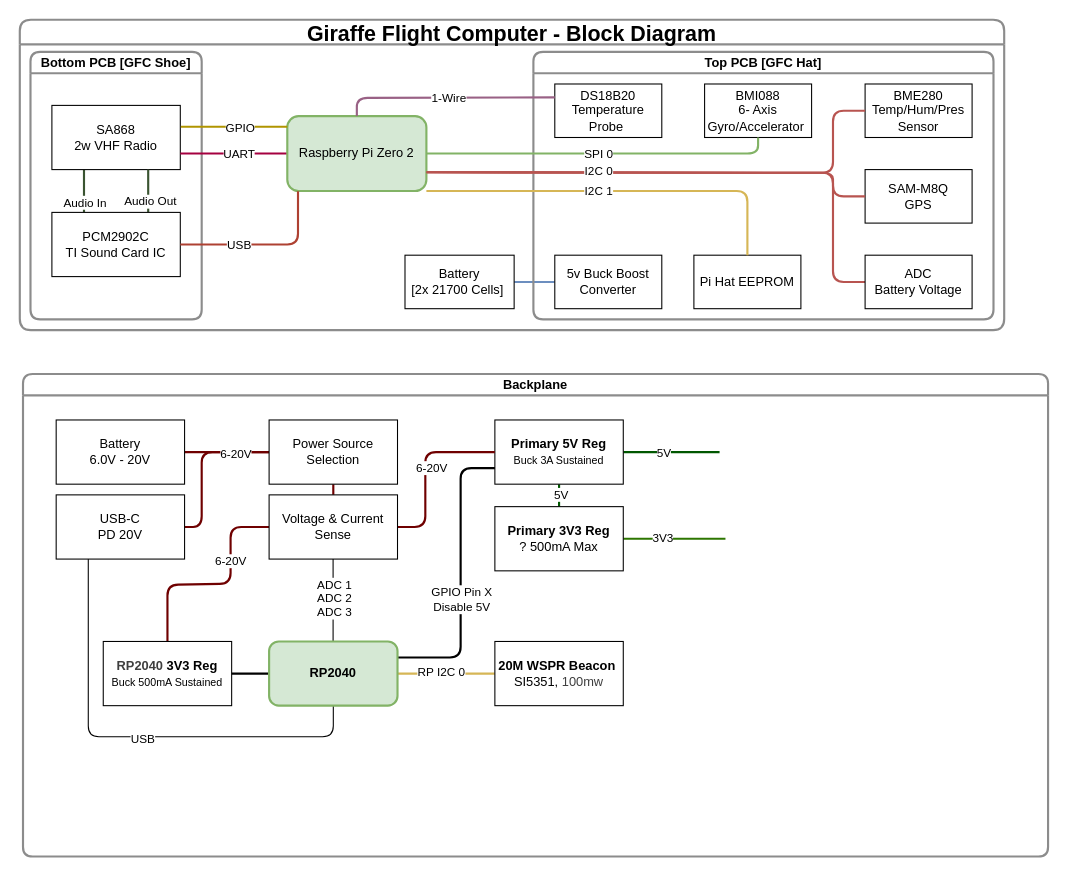
Earlier version of the draw.io diagram docs/hardware/hardware_block_diagram.drawio (joshua-jerred/Giraffe). Source tidied: cells renumbered, new cells numbered last; positions are measured from the earlier drawing's top-left corner, leaving out a move shared by most shapes. Both pictures are drawn from the tidied source at 107%, with x=0, y=0 at pixel (19, 19).
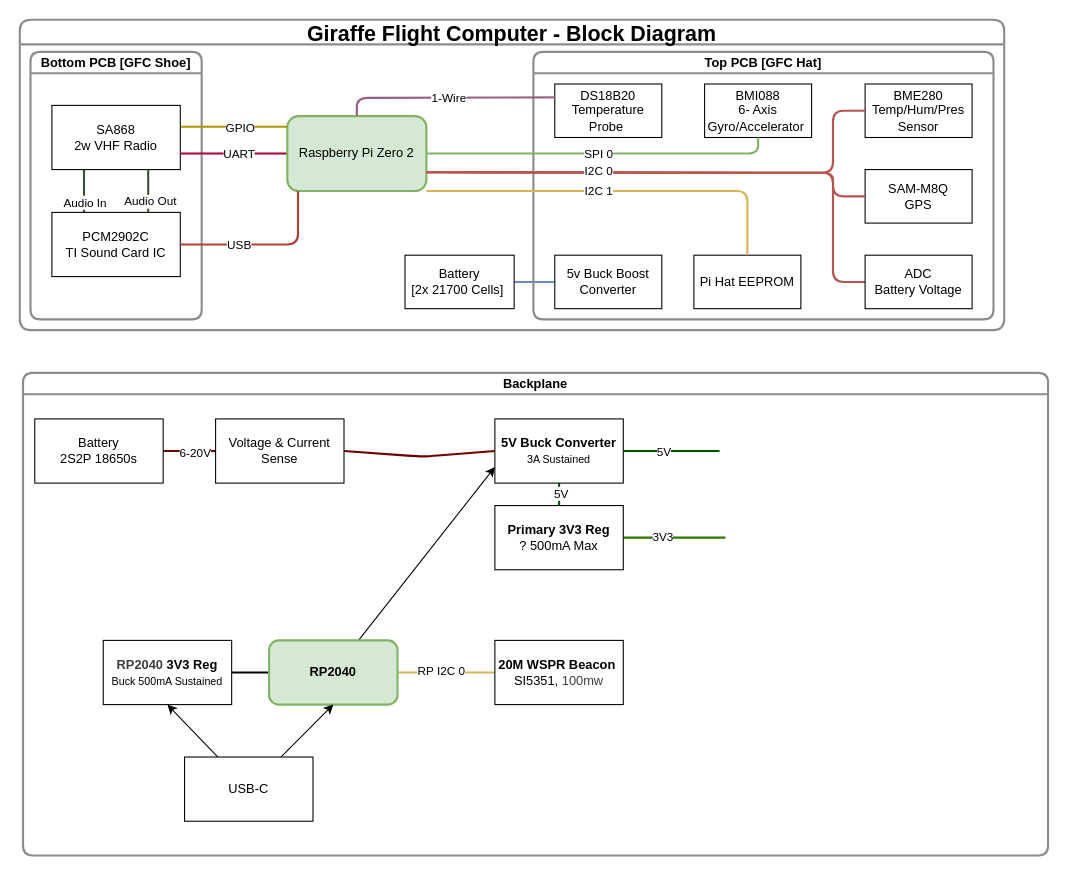
After the change.

Unchanged cells that the change refers to:
```xml
<mxCell id="60" value="&lt;div&gt;&lt;b style=&quot;background-color: transparent; color: rgb(63, 63, 63); scrollbar-color: light-dark(#e2e2e2, #4b4b4b)&lt;br/&gt;&#9;&#9;&#9;&#9;&#9;light-dark(#fbfbfb, var(--dark-panel-color));&quot;&gt;RP2040&amp;nbsp;&lt;/b&gt;&lt;b&gt;3V3 Reg&lt;/b&gt;&lt;/div&gt;&lt;div&gt;&lt;font style=&quot;font-size: 10px;&quot;&gt;Buck 500mA Sustained&lt;/font&gt;&lt;/div&gt;" style="whiteSpace=wrap;html=1;" parent="37" vertex="1">
  <mxGeometry x="75" y="250" width="120" height="60" as="geometry" />
</mxCell>
<mxCell id="68" value="&lt;div&gt;&lt;b&gt;RP2040&lt;/b&gt;&lt;/div&gt;" style="whiteSpace=wrap;html=1;fillColor=#d5e8d4;strokeColor=#82b366;strokeWidth=2;perimeterSpacing=0;rounded=1;glass=0;shadow=0;" parent="37" vertex="1">
  <mxGeometry x="230" y="250" width="120" height="60" as="geometry" />
</mxCell>
```

Change to the diagram source:
```diff
@@
     <mxCell id="37" value="Backplane" style="swimlane;rounded=1;shadow=0;glass=0;sketch=0;fontSize=12;strokeColor=#8C8C8C;strokeWidth=2;startSize=20;" parent="1" vertex="1">
-      <mxGeometry x="3" y="331" width="958" height="451" as="geometry" />
+      <mxGeometry x="3" y="330" width="958" height="451" as="geometry" />
     </mxCell>
@@
-    <mxCell id="42" value="&lt;div&gt;&lt;b&gt;Primary 5V Reg&lt;/b&gt;&lt;/div&gt;&lt;div&gt;&lt;span style=&quot;background-color: transparent;&quot;&gt;&lt;font style=&quot;font-size: 10px;&quot;&gt;Buck 3A Sustained&lt;/font&gt;&lt;/span&gt;&lt;/div&gt;" style="whiteSpace=wrap;html=1;" parent="37" vertex="1">
+    <mxCell id="42" value="&lt;div&gt;&lt;b&gt;5V Buck Converter&lt;/b&gt;&lt;/div&gt;&lt;div&gt;&lt;span style=&quot;background-color: transparent;&quot;&gt;&lt;font style=&quot;font-size: 10px;&quot;&gt;3A Sustained&lt;/font&gt;&lt;/span&gt;&lt;/div&gt;" style="whiteSpace=wrap;html=1;" parent="37" vertex="1">
       <mxGeometry x="441" y="43" width="120" height="60" as="geometry" />
     </mxCell>
-    <mxCell id="43" style="edgeStyle=none;html=1;exitX=1;exitY=0.5;exitDx=0;exitDy=0;entryX=0;entryY=0.5;entryDx=0;entryDy=0;endArrow=none;endFill=0;fillColor=#a20025;strokeColor=#6F0000;strokeWidth=2;" parent="37" edge="1" source="46" target="51">
-      <mxGeometry relative="1" as="geometry">
-        <Array as="points">
-          <mxPoint x="167" y="143" />
-          <mxPoint x="167" y="73" />
-        </Array>
-      </mxGeometry>
-    </mxCell>
-    <mxCell id="44" style="edgeStyle=none;html=1;entryX=0.5;entryY=1;entryDx=0;entryDy=0;exitX=0.25;exitY=1;exitDx=0;exitDy=0;endArrow=none;endFill=0;" parent="37" edge="1" source="46" target="68">
-      <mxGeometry relative="1" as="geometry">
-        <Array as="points">
-          <mxPoint x="61" y="339" />
-          <mxPoint x="290" y="339" />
-        </Array>
-      </mxGeometry>
-    </mxCell>
-    <mxCell id="45" value="USB" style="edgeLabel;html=1;align=center;verticalAlign=middle;" parent="44" vertex="1">
-      <mxGeometry x="0.02" y="-1" relative="1" as="geometry" />
-    </mxCell>
-    <mxCell id="46" value="USB-C&lt;div&gt;PD 20V&lt;/div&gt;" style="whiteSpace=wrap;html=1;" parent="37" vertex="1">
-      <mxGeometry x="31" y="113" width="120" height="60" as="geometry" />
-    </mxCell>
-    <mxCell id="47" style="edgeStyle=none;html=1;exitX=1;exitY=0.5;exitDx=0;exitDy=0;entryX=0;entryY=0.5;entryDx=0;entryDy=0;endArrow=none;endFill=0;fillColor=#a20025;strokeColor=#6F0000;strokeWidth=2;" parent="37" edge="1" source="49" target="51">
+    <mxCell id="47" style="edgeStyle=none;html=1;exitX=1;exitY=0.5;exitDx=0;exitDy=0;entryX=0;entryY=0.5;entryDx=0;entryDy=0;endArrow=none;endFill=0;fillColor=#a20025;strokeColor=#6F0000;strokeWidth=2;" parent="37" edge="1" source="49" target="56">
       <mxGeometry relative="1" as="geometry" />
     </mxCell>
@@
-    <mxCell id="49" value="&lt;div&gt;Battery&lt;/div&gt;&lt;div&gt;6.0V - 20&lt;span style=&quot;background-color: transparent;&quot;&gt;V&lt;/span&gt;&lt;/div&gt;" style="whiteSpace=wrap;html=1;" parent="37" vertex="1">
-      <mxGeometry x="31" y="43" width="120" height="60" as="geometry" />
+    <mxCell id="49" value="Battery&lt;br&gt;2S2P 18650s" style="whiteSpace=wrap;html=1;" parent="37" vertex="1">
+      <mxGeometry x="11" y="43" width="120" height="60" as="geometry" />
     </mxCell>
-    <mxCell id="50" style="edgeStyle=none;html=1;exitX=0.5;exitY=1;exitDx=0;exitDy=0;entryX=0.5;entryY=0;entryDx=0;entryDy=0;endArrow=none;endFill=0;fillColor=#a20025;strokeColor=#6F0000;strokeWidth=2;" parent="37" edge="1" source="51" target="56">
-      <mxGeometry relative="1" as="geometry" />
-    </mxCell>
-    <mxCell id="51" value="Power Source Selection" style="whiteSpace=wrap;html=1;" parent="37" vertex="1">
-      <mxGeometry x="230" y="43" width="120" height="60" as="geometry" />
-    </mxCell>
     <mxCell id="52" style="edgeStyle=none;html=1;exitX=1;exitY=0.5;exitDx=0;exitDy=0;entryX=0;entryY=0.5;entryDx=0;entryDy=0;rounded=1;strokeColor=#6F0000;strokeWidth=2;align=center;verticalAlign=middle;fontFamily=Helvetica;fontSize=11;fontColor=default;labelBackgroundColor=default;endArrow=none;endFill=0;fillColor=#a20025;" parent="37" edge="1" source="56" target="42">
       <mxGeometry relative="1" as="geometry">
         <Array as="points">
-          <mxPoint x="376" y="143" />
-          <mxPoint x="376" y="109" />
-          <mxPoint x="376" y="73" />
+          <mxPoint x="369" y="78" />
+          <mxPoint x="378" y="78" />
         </Array>
       </mxGeometry>
     </mxCell>
-    <mxCell id="53" value="6-20V" style="edgeLabel;html=1;align=center;verticalAlign=middle;" parent="52" vertex="1">
-      <mxGeometry x="0.26" y="1" relative="1" as="geometry">
-        <mxPoint y="15" as="offset" />
-      </mxGeometry>
-    </mxCell>
-    <mxCell id="54" style="edgeStyle=none;html=1;exitX=0;exitY=0.5;exitDx=0;exitDy=0;entryX=0.5;entryY=0;entryDx=0;entryDy=0;rounded=1;strokeColor=#6F0000;strokeWidth=2;align=center;verticalAlign=middle;fontFamily=Helvetica;fontSize=11;fontColor=default;labelBackgroundColor=default;endArrow=none;endFill=0;fillColor=#a20025;" parent="37" edge="1" source="56" target="60">
-      <mxGeometry relative="1" as="geometry">
-        <Array as="points">
-          <mxPoint x="194" y="143" />
-          <mxPoint x="194" y="196" />
-          <mxPoint x="135" y="197" />
-        </Array>
-      </mxGeometry>
-    </mxCell>
-    <mxCell id="55" value="6-20V" style="edgeLabel;html=1;align=center;verticalAlign=middle;" parent="54" vertex="1">
-      <mxGeometry x="-0.33" y="-1" relative="1" as="geometry" />
-    </mxCell>
     <mxCell id="56" value="Voltage &amp;amp; Current Sense" style="whiteSpace=wrap;html=1;" parent="37" vertex="1">
-      <mxGeometry x="230" y="113" width="120" height="60" as="geometry" />
+      <mxGeometry x="180" y="43" width="120" height="60" as="geometry" />
     </mxCell>
@@
-    <mxCell id="64" style="edgeStyle=none;html=1;exitX=1;exitY=0.25;exitDx=0;exitDy=0;entryX=0;entryY=0.75;entryDx=0;entryDy=0;endArrow=none;endFill=0;strokeWidth=2;" parent="37" edge="1" source="68" target="42">
-      <mxGeometry relative="1" as="geometry">
-        <Array as="points">
-          <mxPoint x="409" y="265" />
-          <mxPoint x="409" y="88" />
-        </Array>
-      </mxGeometry>
+    <mxCell id="64" style="edgeStyle=none;html=1;entryX=0;entryY=0.75;entryDx=0;entryDy=0;" parent="37" edge="1" source="68" target="42">
+      <mxGeometry relative="1" as="geometry" />
     </mxCell>
-    <mxCell id="65" value="GPIO Pin X&lt;div&gt;Disable 5V&lt;/div&gt;" style="edgeLabel;html=1;align=center;verticalAlign=middle;" parent="64" vertex="1">
-      <mxGeometry x="-0.37" y="1" relative="1" as="geometry">
-        <mxPoint x="1" y="-30" as="offset" />
-      </mxGeometry>
-    </mxCell>
-    <mxCell id="66" style="edgeStyle=none;html=1;exitX=0.75;exitY=0;exitDx=0;exitDy=0;entryX=0.75;entryY=1;entryDx=0;entryDy=0;endArrow=none;endFill=0;" parent="37" edge="1">
-      <mxGeometry relative="1" as="geometry">
-        <mxPoint x="289.8" y="250" as="sourcePoint" />
-        <mxPoint x="289.8" y="173" as="targetPoint" />
-      </mxGeometry>
-    </mxCell>
-    <mxCell id="67" value="ADC 1&lt;div&gt;ADC 2&lt;/div&gt;&lt;div&gt;ADC 3&lt;/div&gt;" style="edgeLabel;html=1;align=center;verticalAlign=middle;" parent="66" vertex="1">
-      <mxGeometry x="0.52" y="-1" relative="1" as="geometry">
-        <mxPoint y="18" as="offset" />
-      </mxGeometry>
-    </mxCell>
@@
+    <mxCell id="70" style="edgeStyle=none;html=1;entryX=0.5;entryY=1;entryDx=0;entryDy=0;" parent="37" edge="1" source="46" target="60">
+      <mxGeometry relative="1" as="geometry" />
+    </mxCell>
+    <mxCell id="44" style="edgeStyle=none;html=1;entryX=0.5;entryY=1;entryDx=0;entryDy=0;" parent="37" edge="1" source="46" target="68">
+      <mxGeometry relative="1" as="geometry" />
+    </mxCell>
+    <mxCell id="46" value="USB-C" style="whiteSpace=wrap;html=1;" parent="37" vertex="1">
+      <mxGeometry x="151" y="359" width="120" height="60" as="geometry" />
+    </mxCell>
```
